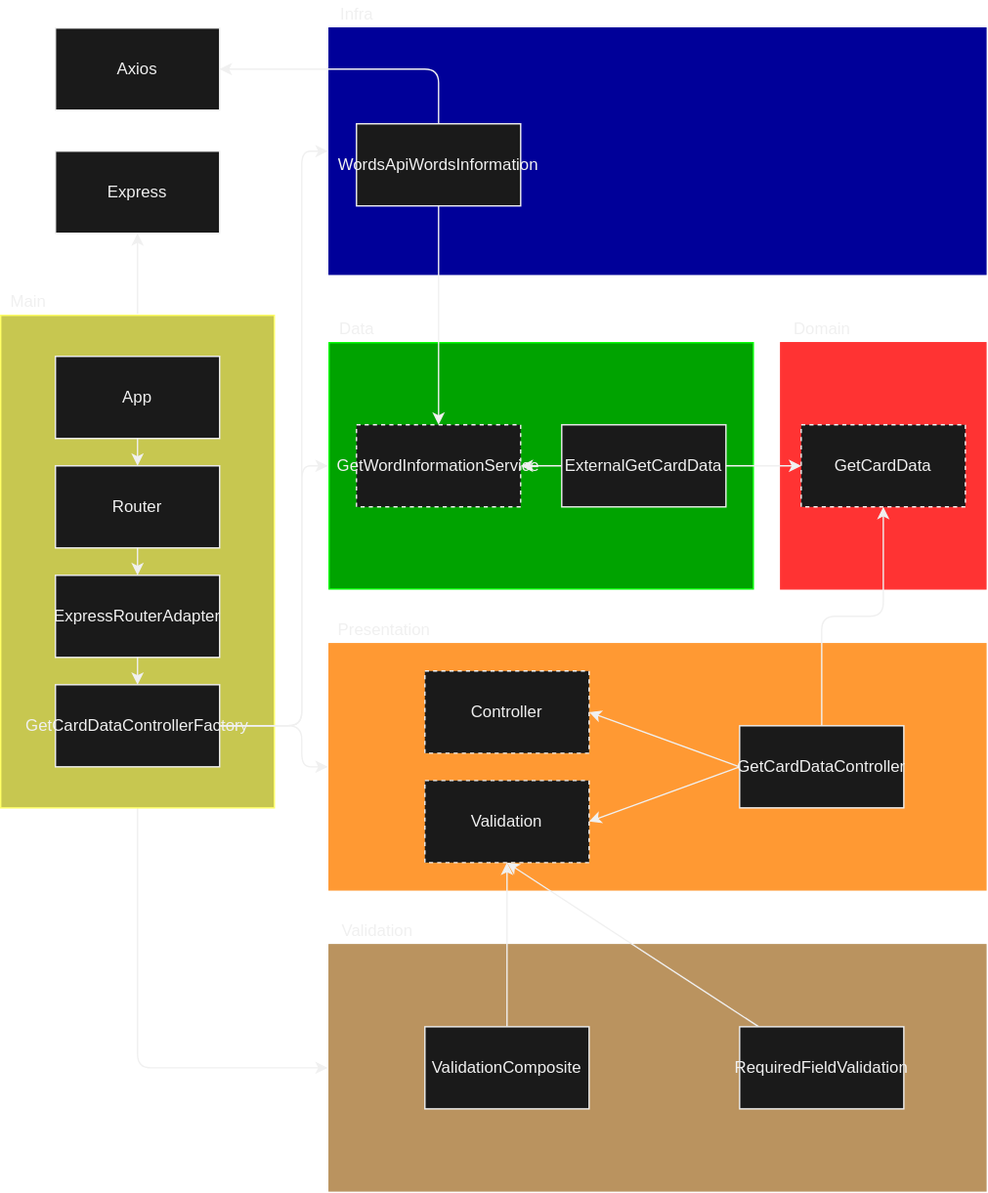
The draw.io diagram diagram.drawio.svg in saymow/Anki-Vocabulary-Builder-Helper, before a commit. Source tidied: cells renumbered, new cells last; positions are measured from the earlier drawing's top-left corner, leaving out a move shared by most shapes.
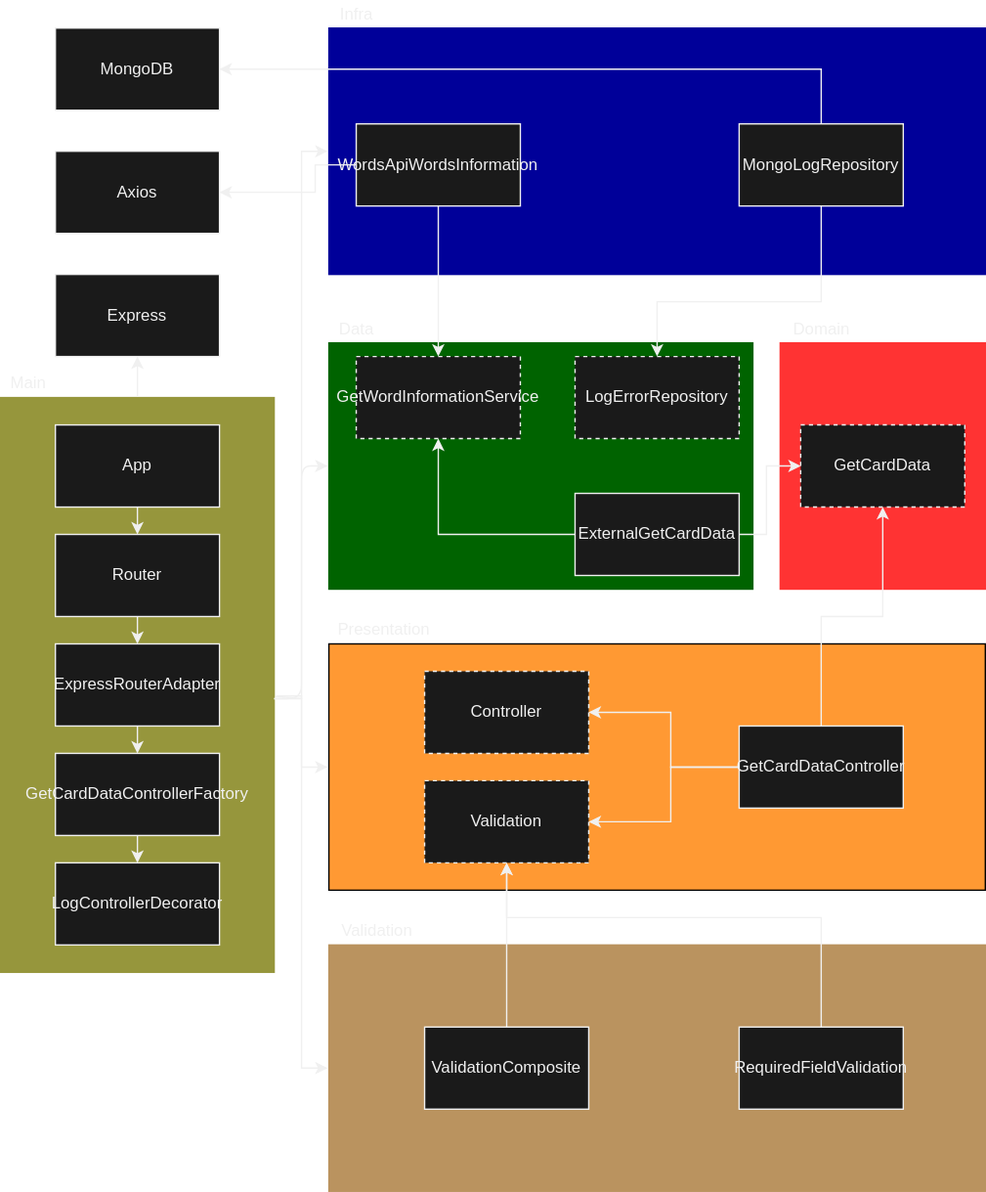
Above is the later version.

Change to the diagram source:
```diff
@@ -5,32 +5,35 @@
     <mxCell id="2" style="rounded=0;whiteSpace=wrap;html=1;fillColor=#FF3333;fontColor=#000000;strokeColor=#FF3333;perimeterSpacing=1;fontStyle=1;" parent="1" vertex="1">
       <mxGeometry x="570" y="250" width="150" height="180" as="geometry" />
     </mxCell>
-    <mxCell id="3" style="edgeStyle=none;html=1;entryX=0;entryY=0.5;entryDx=0;entryDy=0;exitX=0.5;exitY=1;exitDx=0;exitDy=0;fontColor=#F0F0F0;strokeColor=#F0F0F0;" parent="1" edge="1" source="41" target="13">
-      <mxGeometry relative="1" as="geometry">
-        <Array as="points">
-          <mxPoint x="100" y="780" />
-        </Array>
-      </mxGeometry>
-    </mxCell>
     <mxCell id="4" value="Main&lt;br&gt;" style="text;html=1;align=center;verticalAlign=middle;strokeColor=none;fillColor=none;fontColor=#F0F0F0;" parent="1" vertex="1">
-      <mxGeometry y="210" width="40" height="20" as="geometry" />
+      <mxGeometry y="270" width="40" height="20" as="geometry" />
     </mxCell>
     <mxCell id="5" value="Express" style="rounded=0;whiteSpace=wrap;html=1;fillColor=#1A1A1A;fontColor=#F0F0F0;strokeColor=#F0F0F0;" parent="1" vertex="1">
-      <mxGeometry x="40" y="110" width="120" height="60" as="geometry" />
+      <mxGeometry x="40" y="200" width="120" height="60" as="geometry" />
     </mxCell>
-    <mxCell id="6" style="rounded=0;whiteSpace=wrap;html=1;fillColor=#FF9933;fontColor=#000000;strokeColor=#FF9933;perimeterSpacing=1;" parent="1" vertex="1">
+    <mxCell id="6" style="rounded=0;whiteSpace=wrap;html=1;fillColor=#FF9933;fontColor=#000000;strokeColor=default;perimeterSpacing=1;" parent="1" vertex="1">
       <mxGeometry x="240" y="470" width="480" height="180" as="geometry" />
     </mxCell>
     <mxCell id="7" value="Presentation" style="text;html=1;align=center;verticalAlign=middle;strokeColor=none;fillColor=none;fontColor=#F0F0F0;" parent="1" vertex="1">
       <mxGeometry x="240" y="450" width="80" height="20" as="geometry" />
     </mxCell>
-    <mxCell id="8" style="edgeStyle=none;html=1;entryX=1;entryY=0.5;entryDx=0;entryDy=0;exitX=0;exitY=0.5;exitDx=0;exitDy=0;fontColor=#F0F0F0;strokeColor=#F0F0F0;" parent="1" edge="1" source="11" target="12">
-      <mxGeometry relative="1" as="geometry" />
+    <mxCell id="8" style="edgeStyle=none;html=1;entryX=1;entryY=0.5;entryDx=0;entryDy=0;exitX=0;exitY=0.5;exitDx=0;exitDy=0;fontColor=#F0F0F0;strokeColor=#F0F0F0;rounded=0;" parent="1" edge="1" source="11" target="12">
+      <mxGeometry relative="1" as="geometry">
+        <Array as="points">
+          <mxPoint x="490" y="560" />
+          <mxPoint x="490" y="520" />
+        </Array>
+      </mxGeometry>
     </mxCell>
-    <mxCell id="9" style="edgeStyle=none;html=1;entryX=1;entryY=0.5;entryDx=0;entryDy=0;exitX=0;exitY=0.5;exitDx=0;exitDy=0;fontColor=#F0F0F0;strokeColor=#F0F0F0;" parent="1" edge="1" source="11" target="15">
-      <mxGeometry relative="1" as="geometry" />
+    <mxCell id="9" style="edgeStyle=none;html=1;entryX=1;entryY=0.5;entryDx=0;entryDy=0;exitX=0;exitY=0.5;exitDx=0;exitDy=0;fontColor=#F0F0F0;strokeColor=#F0F0F0;rounded=0;" parent="1" edge="1" source="11" target="15">
+      <mxGeometry relative="1" as="geometry">
+        <Array as="points">
+          <mxPoint x="490" y="560" />
+          <mxPoint x="490" y="600" />
+        </Array>
+      </mxGeometry>
     </mxCell>
-    <mxCell id="10" style="edgeStyle=none;html=1;entryX=0.5;entryY=1;entryDx=0;entryDy=0;fontColor=#F0F0F0;strokeColor=#F0F0F0;" parent="1" edge="1" source="11" target="21">
+    <mxCell id="10" style="edgeStyle=none;html=1;entryX=0.5;entryY=1;entryDx=0;entryDy=0;fontColor=#F0F0F0;strokeColor=#F0F0F0;rounded=0;" parent="1" edge="1" source="11" target="21">
       <mxGeometry relative="1" as="geometry">
         <Array as="points">
           <mxPoint x="600" y="450" />
@@ -59,8 +62,13 @@
     <mxCell id="17" value="ValidationComposite" style="rounded=0;whiteSpace=wrap;html=1;fillColor=#1A1A1A;fontColor=#F0F0F0;strokeColor=#F0F0F0;" parent="1" vertex="1">
       <mxGeometry x="310" y="750" width="120" height="60" as="geometry" />
     </mxCell>
-    <mxCell id="18" style="edgeStyle=none;html=1;entryX=0.5;entryY=1;entryDx=0;entryDy=0;fontColor=#F0F0F0;strokeColor=#F0F0F0;" parent="1" edge="1" source="19" target="15">
-      <mxGeometry relative="1" as="geometry" />
+    <mxCell id="18" style="edgeStyle=none;html=1;entryX=0.5;entryY=1;entryDx=0;entryDy=0;fontColor=#F0F0F0;strokeColor=#F0F0F0;rounded=0;" parent="1" edge="1" source="19" target="15">
+      <mxGeometry relative="1" as="geometry">
+        <Array as="points">
+          <mxPoint x="600" y="670" />
+          <mxPoint x="370" y="670" />
+        </Array>
+      </mxGeometry>
     </mxCell>
     <mxCell id="19" value="RequiredFieldValidation" style="rounded=0;whiteSpace=wrap;html=1;fillColor=#1A1A1A;fontColor=#F0F0F0;strokeColor=#F0F0F0;" parent="1" vertex="1">
       <mxGeometry x="540" y="750" width="120" height="60" as="geometry" />
@@ -71,23 +79,32 @@
     <mxCell id="21" value="GetCardData" style="rounded=0;whiteSpace=wrap;html=1;fillColor=#1A1A1A;dashed=1;fontColor=#F0F0F0;strokeColor=#F0F0F0;" parent="1" vertex="1">
       <mxGeometry x="585" y="310" width="120" height="60" as="geometry" />
     </mxCell>
-    <mxCell id="22" style="rounded=0;whiteSpace=wrap;html=1;fillColor=#00A300;fontColor=#F0F0F0;strokeColor=#00FF00;perimeterSpacing=1;" parent="1" vertex="1">
+    <mxCell id="22" style="rounded=0;whiteSpace=wrap;html=1;fillColor=#006300;fontColor=#F0F0F0;strokeColor=#006300;perimeterSpacing=1;" parent="1" vertex="1">
       <mxGeometry x="240" y="250" width="310" height="180" as="geometry" />
     </mxCell>
     <mxCell id="23" value="Data" style="text;html=1;align=center;verticalAlign=middle;strokeColor=none;fillColor=none;fontColor=#F0F0F0;" parent="1" vertex="1">
       <mxGeometry x="240" y="230" width="40" height="20" as="geometry" />
     </mxCell>
+    <mxCell id="25" style="edgeStyle=none;html=1;strokeColor=#F0F0F0;rounded=0;" parent="1" edge="1" source="26" target="27">
+      <mxGeometry relative="1" as="geometry">
+        <Array as="points">
+          <mxPoint x="320" y="390" />
+        </Array>
+      </mxGeometry>
+    </mxCell>
-    <mxCell id="24" style="edgeStyle=none;html=1;entryX=0;entryY=0.5;entryDx=0;entryDy=0;fontColor=#F0F0F0;strokeColor=#F0F0F0;" parent="1" edge="1" source="26" target="21">
-      <mxGeometry relative="1" as="geometry" />
+    <mxCell id="24" style="edgeStyle=none;html=1;entryX=0;entryY=0.5;entryDx=0;entryDy=0;strokeColor=#F0F0F0;rounded=0;" parent="1" edge="1" source="26" target="21">
+      <mxGeometry relative="1" as="geometry">
+        <Array as="points">
+          <mxPoint x="560" y="390" />
+          <mxPoint x="560" y="340" />
+        </Array>
+      </mxGeometry>
     </mxCell>
-    <mxCell id="25" style="edgeStyle=none;html=1;fontColor=#F0F0F0;strokeColor=#F0F0F0;" parent="1" edge="1" source="26" target="27">
-      <mxGeometry relative="1" as="geometry" />
-    </mxCell>
     <mxCell id="26" value="ExternalGetCardData" style="rounded=0;whiteSpace=wrap;html=1;fillColor=#1A1A1A;fontColor=#F0F0F0;strokeColor=#F0F0F0;" parent="1" vertex="1">
-      <mxGeometry x="410" y="310" width="120" height="60" as="geometry" />
+      <mxGeometry x="420" y="360" width="120" height="60" as="geometry" />
     </mxCell>
     <mxCell id="27" value="GetWordInformationService" style="rounded=0;whiteSpace=wrap;html=1;fillColor=#1A1A1A;dashed=1;fontColor=#F0F0F0;strokeColor=#F0F0F0;" parent="1" vertex="1">
-      <mxGeometry x="260" y="310" width="120" height="60" as="geometry" />
+      <mxGeometry x="260" y="260" width="120" height="60" as="geometry" />
     </mxCell>
     <mxCell id="28" style="rounded=0;whiteSpace=wrap;html=1;fillColor=#000099;fontColor=#000000;strokeColor=#000099;perimeterSpacing=1;" parent="1" vertex="1">
       <mxGeometry x="240" y="20" width="480" height="180" as="geometry" />
@@ -95,13 +112,14 @@
     <mxCell id="29" value="Infra" style="text;html=1;align=center;verticalAlign=middle;strokeColor=none;fillColor=none;fontColor=#F0F0F0;" parent="1" vertex="1">
       <mxGeometry x="240" width="40" height="20" as="geometry" />
     </mxCell>
-    <mxCell id="30" style="edgeStyle=none;html=1;entryX=0.5;entryY=0;entryDx=0;entryDy=0;fontColor=#F0F0F0;strokeColor=#F0F0F0;" parent="1" edge="1" source="32" target="27">
+    <mxCell id="30" style="edgeStyle=none;html=1;entryX=0.5;entryY=0;entryDx=0;entryDy=0;fontColor=#F0F0F0;strokeColor=#F0F0F0;rounded=0;" parent="1" edge="1" source="32" target="27">
       <mxGeometry relative="1" as="geometry" />
     </mxCell>
-    <mxCell id="31" style="edgeStyle=none;html=1;entryX=1;entryY=0.5;entryDx=0;entryDy=0;fontColor=#F0F0F0;strokeColor=#F0F0F0;" parent="1" edge="1" source="32" target="33">
+    <mxCell id="31" style="edgeStyle=none;html=1;entryX=1;entryY=0.5;entryDx=0;entryDy=0;rounded=0;strokeColor=#F0F0F0;" parent="1" edge="1" source="32" target="33">
       <mxGeometry relative="1" as="geometry">
         <Array as="points">
-          <mxPoint x="320" y="50" />
+          <mxPoint x="230" y="120" />
+          <mxPoint x="230" y="140" />
         </Array>
       </mxGeometry>
     </mxCell>
@@ -109,13 +127,13 @@
       <mxGeometry x="260" y="90" width="120" height="60" as="geometry" />
     </mxCell>
     <mxCell id="33" value="Axios" style="rounded=0;whiteSpace=wrap;html=1;fillColor=#1A1A1A;fontColor=#F0F0F0;strokeColor=#F0F0F0;" parent="1" vertex="1">
-      <mxGeometry x="40" y="20" width="120" height="60" as="geometry" />
+      <mxGeometry x="40" y="110" width="120" height="60" as="geometry" />
     </mxCell>
     <mxCell id="34" style="group;" parent="1" vertex="1">
-      <mxGeometry x="40" y="260" width="160" height="330" as="geometry" />
+      <mxGeometry x="40" y="310" width="160" height="400" as="geometry" />
     </mxCell>
-    <mxCell id="35" style="rounded=0;whiteSpace=wrap;html=1;fillColor=#C7C750;fontColor=#F0F0F0;strokeColor=#FFFF66;perimeterSpacing=1;" parent="34" vertex="1">
-      <mxGeometry x="-40" y="-30" width="200" height="360" as="geometry" />
+    <mxCell id="35" style="rounded=0;whiteSpace=wrap;html=1;fillColor=#96963C;fontColor=#F0F0F0;strokeColor=#96963C;perimeterSpacing=1;" parent="34" vertex="1">
+      <mxGeometry x="-40" y="-20" width="200" height="420" as="geometry" />
     </mxCell>
     <mxCell id="36" value="App" style="rounded=0;whiteSpace=wrap;html=1;fillColor=#1A1A1A;fontColor=#F0F0F0;strokeColor=#F0F0F0;" parent="34" vertex="1">
       <mxGeometry width="120" height="60" as="geometry" />
@@ -132,39 +150,78 @@
     <mxCell id="40" style="edgeStyle=none;html=1;entryX=0.5;entryY=0;entryDx=0;entryDy=0;fontColor=#F0F0F0;strokeColor=#F0F0F0;" parent="34" edge="1" source="37" target="39">
       <mxGeometry relative="1" as="geometry" />
     </mxCell>
+    <mxCell id="47" style="edgeStyle=none;html=1;strokeColor=#F0F0F0;" parent="34" edge="1" source="41" target="48">
+      <mxGeometry relative="1" as="geometry" />
+    </mxCell>
     <mxCell id="41" value="GetCardDataControllerFactory" style="rounded=0;whiteSpace=wrap;html=1;fillColor=#1A1A1A;fontColor=#F0F0F0;strokeColor=#F0F0F0;" parent="34" vertex="1">
       <mxGeometry y="240" width="120" height="60" as="geometry" />
     </mxCell>
     <mxCell id="42" style="edgeStyle=none;html=1;entryX=0.5;entryY=0;entryDx=0;entryDy=0;fontColor=#F0F0F0;strokeColor=#F0F0F0;" parent="34" edge="1" source="39" target="41">
       <mxGeometry relative="1" as="geometry" />
     </mxCell>
-    <mxCell id="43" style="edgeStyle=none;html=1;entryX=0;entryY=0.5;entryDx=0;entryDy=0;fontColor=#F0F0F0;strokeColor=#F0F0F0;exitX=1;exitY=0.5;exitDx=0;exitDy=0;" parent="1" edge="1" source="41" target="6">
-      <mxGeometry relative="1" as="geometry">
-        <Array as="points">
-          <mxPoint x="220" y="530" />
-          <mxPoint x="220" y="560" />
-        </Array>
-      </mxGeometry>
-    </mxCell>
-    <mxCell id="44" style="edgeStyle=none;html=1;entryX=0;entryY=0.5;entryDx=0;entryDy=0;fontColor=#F0F0F0;strokeColor=#F0F0F0;" parent="1" edge="1" target="22">
-      <mxGeometry relative="1" as="geometry">
-        <mxPoint x="160" y="530" as="sourcePoint" />
-        <Array as="points">
-          <mxPoint x="220" y="530" />
-          <mxPoint x="220" y="340" />
-        </Array>
-      </mxGeometry>
-    </mxCell>
-    <mxCell id="45" style="edgeStyle=none;html=1;entryX=0;entryY=0.5;entryDx=0;entryDy=0;fontColor=#F0F0F0;strokeColor=#F0F0F0;exitX=1;exitY=0.5;exitDx=0;exitDy=0;" parent="1" edge="1" source="41" target="28">
-      <mxGeometry relative="1" as="geometry">
-        <Array as="points">
-          <mxPoint x="220" y="530" />
-          <mxPoint x="220" y="110" />
-        </Array>
-      </mxGeometry>
-    </mxCell>
+    <mxCell id="48" value="LogControllerDecorator" style="rounded=0;whiteSpace=wrap;html=1;fillColor=#1A1A1A;fontColor=#F0F0F0;strokeColor=#F0F0F0;" parent="34" vertex="1">
+      <mxGeometry y="320" width="120" height="60" as="geometry" />
+    </mxCell>
     <mxCell id="46" style="edgeStyle=none;html=1;entryX=0.5;entryY=1;entryDx=0;entryDy=0;fontColor=#F0F0F0;strokeColor=#F0F0F0;" parent="1" edge="1" source="35" target="5">
       <mxGeometry relative="1" as="geometry" />
     </mxCell>
+    <mxCell id="49" value="MongoDB" style="rounded=0;whiteSpace=wrap;html=1;fillColor=#1A1A1A;fontColor=#F0F0F0;strokeColor=#F0F0F0;" parent="1" vertex="1">
+      <mxGeometry x="40" y="20" width="120" height="60" as="geometry" />
+    </mxCell>
+    <mxCell id="50" style="edgeStyle=none;html=1;entryX=0.5;entryY=0;entryDx=0;entryDy=0;rounded=0;strokeColor=#F0F0F0;" parent="1" edge="1" source="52" target="53">
+      <mxGeometry relative="1" as="geometry">
+        <Array as="points">
+          <mxPoint x="600" y="220" />
+          <mxPoint x="480" y="220" />
+        </Array>
+      </mxGeometry>
+    </mxCell>
+    <mxCell id="51" style="edgeStyle=none;html=1;entryX=1;entryY=0.5;entryDx=0;entryDy=0;strokeColor=#F0F0F0;rounded=0;" parent="1" edge="1" source="52" target="49">
+      <mxGeometry relative="1" as="geometry">
+        <Array as="points">
+          <mxPoint x="600" y="50" />
+        </Array>
+      </mxGeometry>
+    </mxCell>
+    <mxCell id="52" value="MongoLogRepository" style="rounded=0;whiteSpace=wrap;html=1;fillColor=#1A1A1A;fontColor=#F0F0F0;strokeColor=#F0F0F0;" parent="1" vertex="1">
+      <mxGeometry x="540" y="90" width="120" height="60" as="geometry" />
+    </mxCell>
+    <mxCell id="53" value="LogErrorRepository" style="rounded=0;whiteSpace=wrap;html=1;fillColor=#1A1A1A;dashed=1;fontColor=#F0F0F0;strokeColor=#F0F0F0;" parent="1" vertex="1">
+      <mxGeometry x="420" y="260" width="120" height="60" as="geometry" />
+    </mxCell>
+    <mxCell id="54" style="edgeStyle=none;html=1;entryX=0;entryY=0.5;entryDx=0;entryDy=0;rounded=0;strokeColor=#F0F0F0;" parent="1" edge="1" source="35" target="28">
+      <mxGeometry relative="1" as="geometry">
+        <Array as="points">
+          <mxPoint x="220" y="510" />
+          <mxPoint x="220" y="110" />
+        </Array>
+      </mxGeometry>
+    </mxCell>
+    <mxCell id="55" style="edgeStyle=none;html=1;entryX=0;entryY=0.5;entryDx=0;entryDy=0;strokeColor=#F0F0F0;" parent="1" edge="1" target="22">
+      <mxGeometry relative="1" as="geometry">
+        <mxPoint x="200" y="510" as="sourcePoint" />
+        <Array as="points">
+          <mxPoint x="220" y="510" />
+          <mxPoint x="220" y="340" />
+        </Array>
+      </mxGeometry>
+    </mxCell>
+    <mxCell id="56" style="edgeStyle=none;html=1;entryX=0;entryY=0.5;entryDx=0;entryDy=0;exitX=1.005;exitY=0.519;exitDx=0;exitDy=0;exitPerimeter=0;strokeColor=#F0F0F0;rounded=0;" parent="1" edge="1" source="35" target="6">
+      <mxGeometry relative="1" as="geometry">
+        <Array as="points">
+          <mxPoint x="220" y="508" />
+          <mxPoint x="220" y="560" />
+        </Array>
+      </mxGeometry>
+    </mxCell>
+    <mxCell id="57" style="edgeStyle=none;html=1;entryX=0;entryY=0.5;entryDx=0;entryDy=0;strokeColor=#F0F0F0;rounded=0;" parent="1" edge="1" target="13">
+      <mxGeometry relative="1" as="geometry">
+        <mxPoint x="200" y="510" as="sourcePoint" />
+        <Array as="points">
+          <mxPoint x="220" y="510" />
+          <mxPoint x="220" y="780" />
+        </Array>
+      </mxGeometry>
+    </mxCell>
   </root>
 </mxGraphModel>
```
